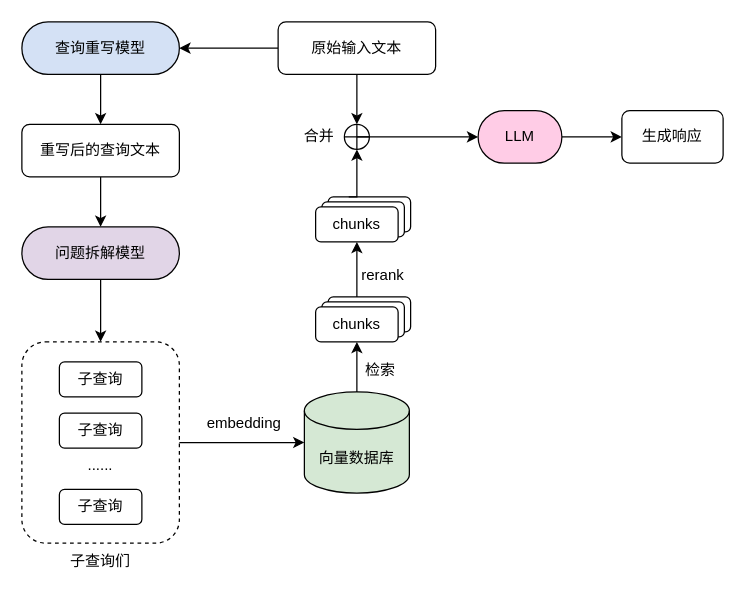
nekomiamia/Draw.io keeps this draw.io diagram as 开题/基于查询重写的检索增强生成.drawio. Above is the earlier version. Source tidied: cells renumbered, new cells numbered last; positions are measured from the earlier drawing's top-left corner, leaving out a move shared by most shapes. Both pictures are drawn from the tidied source at 125%, with x=0, y=0 at pixel (21, 21).
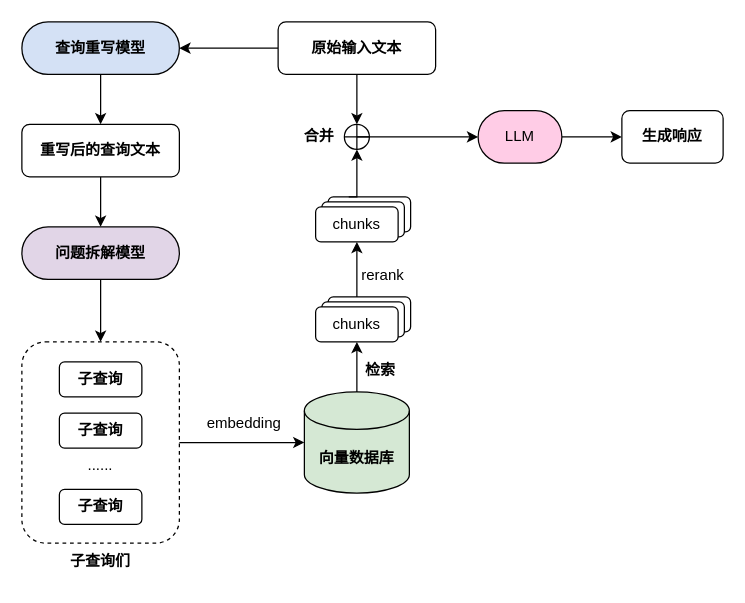
Above is the later version.

Commit message (it also covers changes not shown here):
更新基于查询重写的检索增强生成.drawio

Unchanged cells that the change refers to:
```xml
<mxCell id="18" style="group;" parent="1" vertex="1">
  <mxGeometry x="235" y="220" width="76" height="36" as="geometry" />
</mxCell>
<mxCell id="23" style="group;" parent="1" vertex="1">
  <mxGeometry x="235" y="140" width="76" height="36" as="geometry" />
</mxCell>
```

What changed in the source:
```diff
@@
-    <mxCell id="3" value="查询重写模型" style="rounded=1;whiteSpace=wrap;html=1;fontFamily=宋体;arcSize=50;fillColor=#D4E1F5;" parent="1" vertex="1">
+    <mxCell id="3" value="&lt;b&gt;查询重写模型&lt;/b&gt;" style="rounded=1;whiteSpace=wrap;html=1;fontFamily=宋体;arcSize=50;fillColor=#D4E1F5;" parent="1" vertex="1">
       <mxGeometry width="126" height="42" as="geometry" />
     </mxCell>
@@
-    <mxCell id="5" value="重写后的查询文本" style="rounded=1;whiteSpace=wrap;html=1;fontFamily=宋体;" parent="1" vertex="1">
+    <mxCell id="5" value="&lt;b&gt;重写后的查询文本&lt;/b&gt;" style="rounded=1;whiteSpace=wrap;html=1;fontFamily=宋体;" parent="1" vertex="1">
       <mxGeometry y="82" width="126" height="42" as="geometry" />
     </mxCell>
@@
-    <mxCell id="7" value="问题拆解模型" style="rounded=1;whiteSpace=wrap;html=1;fontFamily=宋体;arcSize=50;fillColor=#E1D5E7;" parent="1" vertex="1">
+    <mxCell id="7" value="&lt;b&gt;问题拆解模型&lt;/b&gt;" style="rounded=1;whiteSpace=wrap;html=1;fontFamily=宋体;arcSize=50;fillColor=#E1D5E7;" parent="1" vertex="1">
       <mxGeometry y="164" width="126" height="42" as="geometry" />
     </mxCell>
@@
-    <mxCell id="10" value="子查询" style="rounded=1;whiteSpace=wrap;html=1;fontFamily=宋体;" parent="1" vertex="1">
+    <mxCell id="10" value="&lt;b&gt;子查询&lt;/b&gt;" style="rounded=1;whiteSpace=wrap;html=1;fontFamily=宋体;" parent="1" vertex="1">
       <mxGeometry x="30" y="272" width="66" height="28" as="geometry" />
     </mxCell>
-    <mxCell id="11" value="子查询" style="rounded=1;whiteSpace=wrap;html=1;fontFamily=宋体;" parent="1" vertex="1">
+    <mxCell id="11" value="&lt;b&gt;子查询&lt;/b&gt;" style="rounded=1;whiteSpace=wrap;html=1;fontFamily=宋体;" parent="1" vertex="1">
       <mxGeometry x="30" y="313" width="66" height="28" as="geometry" />
     </mxCell>
-    <mxCell id="12" value="子查询" style="rounded=1;whiteSpace=wrap;html=1;fontFamily=宋体;" parent="1" vertex="1">
+    <mxCell id="12" value="&lt;b&gt;子查询&lt;/b&gt;" style="rounded=1;whiteSpace=wrap;html=1;fontFamily=宋体;" parent="1" vertex="1">
       <mxGeometry x="30" y="374" width="66" height="28" as="geometry" />
     </mxCell>
@@
-    <mxCell id="15" value="向量数据库" style="shape=cylinder3;whiteSpace=wrap;html=1;boundedLbl=1;backgroundOutline=1;size=15;fontFamily=宋体;fillColor=#D5E8D4;" parent="1" vertex="1">
+    <mxCell id="15" value="&lt;b&gt;向量数据库&lt;/b&gt;" style="shape=cylinder3;whiteSpace=wrap;html=1;boundedLbl=1;backgroundOutline=1;size=15;fontFamily=宋体;fillColor=#D5E8D4;" parent="1" vertex="1">
       <mxGeometry x="226" y="296" width="84" height="81" as="geometry" />
     </mxCell>
@@
-    <mxCell id="17" value="&lt;font face=&quot;宋体&quot;&gt;子查询们&lt;/font&gt;" style="text;html=1;align=center;verticalAlign=middle;whiteSpace=wrap;rounded=0;" parent="1" vertex="1">
+    <mxCell id="17" value="&lt;font face=&quot;宋体&quot;&gt;&lt;b&gt;子查询们&lt;/b&gt;&lt;/font&gt;" style="text;html=1;align=center;verticalAlign=middle;whiteSpace=wrap;rounded=0;" parent="1" vertex="1">
       <mxGeometry x="33" y="417" width="60" height="30" as="geometry" />
     </mxCell>
@@
-    <mxCell id="21" value="chunks" style="rounded=1;whiteSpace=wrap;html=1;fontFamily=宋体;" parent="18" vertex="1">
+    <mxCell id="21" value="&lt;font style=&quot;&quot; face=&quot;Helvetica&quot;&gt;chunks&lt;/font&gt;" style="rounded=1;whiteSpace=wrap;html=1;fontFamily=宋体;" parent="18" vertex="1">
       <mxGeometry y="8" width="66" height="28" as="geometry" />
     </mxCell>
-    <mxCell id="22" value="&lt;font face=&quot;宋体&quot;&gt;检索&lt;/font&gt;" style="text;html=1;align=center;verticalAlign=middle;whiteSpace=wrap;rounded=0;" parent="1" vertex="1">
+    <mxCell id="22" value="&lt;font face=&quot;宋体&quot;&gt;&lt;b&gt;检索&lt;/b&gt;&lt;/font&gt;" style="text;html=1;align=center;verticalAlign=middle;whiteSpace=wrap;rounded=0;" parent="1" vertex="1">
       <mxGeometry x="257" y="264" width="60" height="30" as="geometry" />
     </mxCell>
@@
-    <mxCell id="26" value="chunks" style="rounded=1;whiteSpace=wrap;html=1;fontFamily=宋体;" parent="23" vertex="1">
+    <mxCell id="26" value="&lt;font style=&quot;&quot; face=&quot;Helvetica&quot;&gt;chunks&lt;/font&gt;" style="rounded=1;whiteSpace=wrap;html=1;fontFamily=宋体;" parent="23" vertex="1">
       <mxGeometry y="8" width="66" height="28" as="geometry" />
     </mxCell>
@@
-    <mxCell id="31" value="原始输入文本" style="rounded=1;whiteSpace=wrap;html=1;fontFamily=宋体;" parent="1" vertex="1">
+    <mxCell id="31" value="&lt;b&gt;原始输入文本&lt;/b&gt;" style="rounded=1;whiteSpace=wrap;html=1;fontFamily=宋体;" parent="1" vertex="1">
       <mxGeometry x="205" width="126" height="42" as="geometry" />
     </mxCell>
@@
-    <mxCell id="37" value="&lt;font face=&quot;宋体&quot;&gt;合并&lt;/font&gt;" style="text;html=1;align=center;verticalAlign=middle;whiteSpace=wrap;rounded=0;" parent="1" vertex="1">
+    <mxCell id="37" value="&lt;font face=&quot;宋体&quot;&gt;&lt;b&gt;合并&lt;/b&gt;&lt;/font&gt;" style="text;html=1;align=center;verticalAlign=middle;whiteSpace=wrap;rounded=0;" parent="1" vertex="1">
       <mxGeometry x="208" y="77" width="60" height="30" as="geometry" />
     </mxCell>
-    <mxCell id="38" value="生成响应" style="rounded=1;whiteSpace=wrap;html=1;fontFamily=宋体;" parent="1" vertex="1">
+    <mxCell id="38" value="&lt;b&gt;生成响应&lt;/b&gt;" style="rounded=1;whiteSpace=wrap;html=1;fontFamily=宋体;" parent="1" vertex="1">
       <mxGeometry x="480" y="71" width="81" height="42" as="geometry" />
     </mxCell>
```
